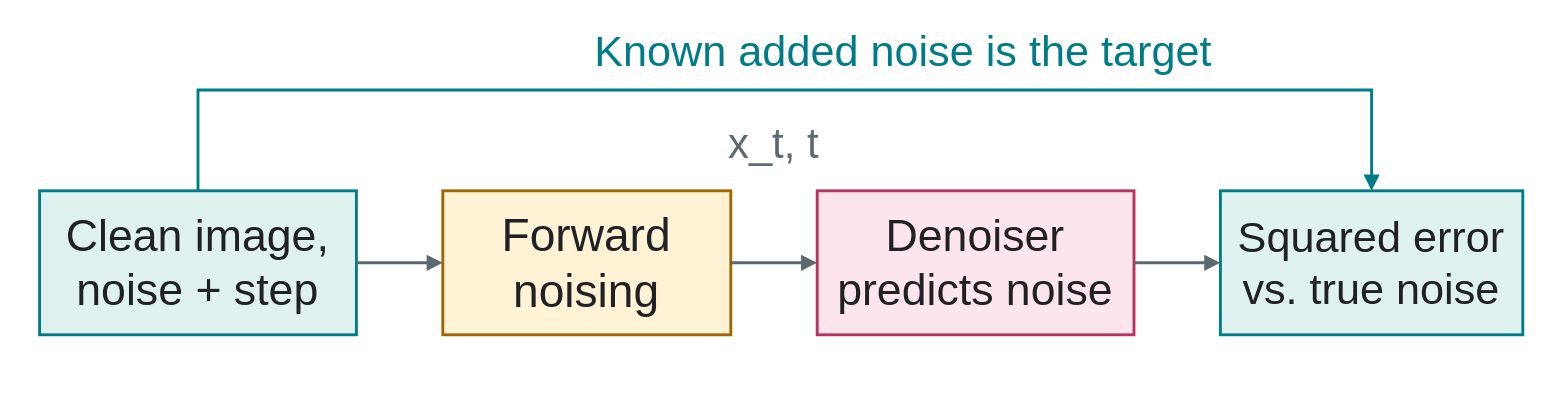
This is page "noise-predictor" (11 of 12) of docs/slides/imgs/drawio/lec35/generative-models.drawio from functionadvanced/CS_463G_663, a draw.io file, before an edit. Source tidied: cells renumbered, new cells numbered last; positions are measured from the earlier drawing's top-left corner, leaving out a move shared by most shapes. Both pictures are drawn from the tidied source at 144%, with x=0, y=0 at pixel (24, 24).
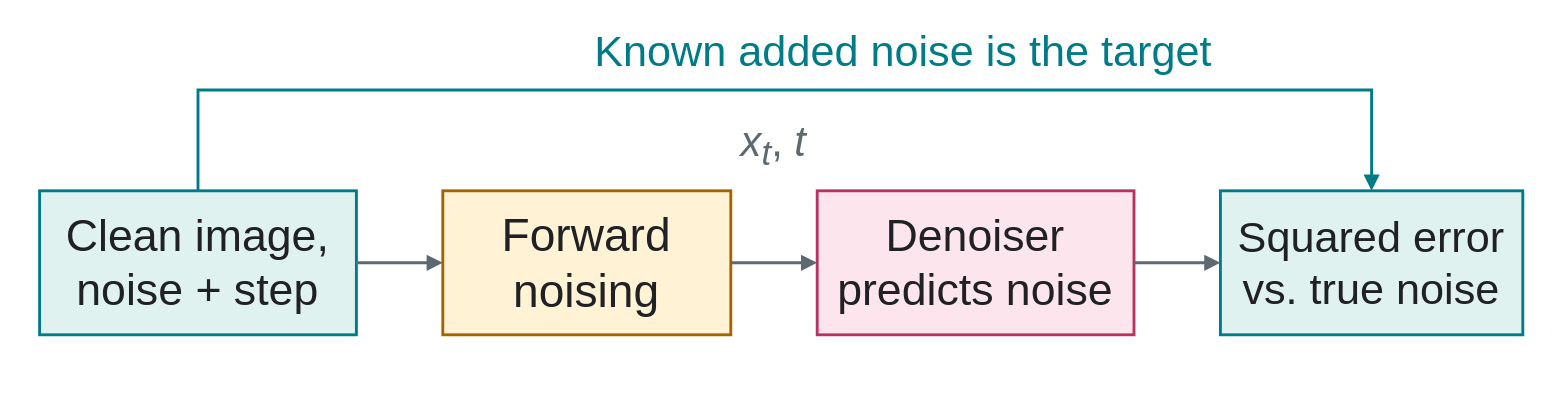
The same diagram, later.

Diff of the diagram source:
```diff
@@
 <mxGraphModel background="#ffffff">
   <root>
     <mxCell id="0" />
     <mxCell id="1" parent="0" />
     <mxCell id="2" style="rounded=0;html=0;whiteSpace=wrap;align=center;verticalAlign=middle;fontFamily=Helvetica;fontSize=0;fontColor=#202124;spacing=4;fillColor=#ffffff;strokeColor=none;strokeWidth=2;" parent="1" vertex="1">
       <mxGeometry width="1050" height="245" as="geometry" />
     </mxCell>
     <mxCell id="3" value="Clean image,&#10;noise + step" style="rounded=0;html=0;whiteSpace=wrap;align=center;verticalAlign=middle;fontFamily=Helvetica;fontSize=31;fontColor=#202124;spacing=4;fillColor=#dff2ef;strokeColor=#007c89;strokeWidth=2;" parent="1" vertex="1">
       <mxGeometry x="10" y="115" width="220" height="100" as="geometry" />
     </mxCell>
     <mxCell id="4" value="Forward&#10;noising" style="rounded=0;html=0;whiteSpace=wrap;align=center;verticalAlign=middle;fontFamily=Helvetica;fontSize=32;fontColor=#202124;spacing=4;fillColor=#fff2d5;strokeColor=#a36500;strokeWidth=2;" parent="1" vertex="1">
       <mxGeometry x="290" y="115" width="200" height="100" as="geometry" />
     </mxCell>
     <mxCell id="5" value="Denoiser&#10;predicts noise" style="rounded=0;html=0;whiteSpace=wrap;align=center;verticalAlign=middle;fontFamily=Helvetica;fontSize=31;fontColor=#202124;spacing=4;fillColor=#fde5ed;strokeColor=#b8325f;strokeWidth=2;" parent="1" vertex="1">
       <mxGeometry x="550" y="115" width="220" height="100" as="geometry" />
     </mxCell>
     <mxCell id="6" value="Squared error&#10;vs. true noise" style="rounded=0;html=0;whiteSpace=wrap;align=center;verticalAlign=middle;fontFamily=Helvetica;fontSize=30;fontColor=#202124;spacing=4;fillColor=#dff2ef;strokeColor=#007c89;strokeWidth=2;" parent="1" vertex="1">
       <mxGeometry x="830" y="115" width="210" height="100" as="geometry" />
     </mxCell>
     <mxCell id="7" style="edgeStyle=none;noEdgeStyle=1;strokeColor=#5d6970;strokeWidth=2;endArrow=block;endSize=6;rounded=0;" parent="1" edge="1">
       <mxGeometry relative="1" as="geometry">
         <mxPoint x="230" y="165" as="sourcePoint" />
         <mxPoint x="290" y="165" as="targetPoint" />
       </mxGeometry>
     </mxCell>
     <mxCell id="8" style="edgeStyle=none;noEdgeStyle=1;strokeColor=#5d6970;strokeWidth=2;endArrow=block;endSize=6;rounded=0;" parent="1" edge="1">
       <mxGeometry relative="1" as="geometry">
         <mxPoint x="490" y="165" as="sourcePoint" />
         <mxPoint x="550" y="165" as="targetPoint" />
       </mxGeometry>
     </mxCell>
     <mxCell id="9" style="edgeStyle=none;noEdgeStyle=1;strokeColor=#5d6970;strokeWidth=2;endArrow=block;endSize=6;rounded=0;" parent="1" edge="1">
       <mxGeometry relative="1" as="geometry">
         <mxPoint x="770" y="165" as="sourcePoint" />
         <mxPoint x="830" y="165" as="targetPoint" />
       </mxGeometry>
     </mxCell>
-    <mxCell id="10" value="x_t, t" style="text;html=0;whiteSpace=wrap;align=center;verticalAlign=middle;fontFamily=Helvetica;fontSize=29;fontColor=#5d6970;spacing=0;" parent="1" vertex="1">
+    <mxCell id="10" value="&lt;i&gt;x&lt;sub&gt;t&lt;/sub&gt;&lt;/i&gt;, &lt;i&gt;t&lt;/i&gt;" style="text;html=1;whiteSpace=wrap;align=center;verticalAlign=middle;fontFamily=Helvetica;fontSize=29;fontColor=#5d6970;spacing=0;" parent="1" vertex="1">
       <mxGeometry x="465" y="65" width="110" height="35" as="geometry" />
     </mxCell>
     <mxCell id="11" style="edgeStyle=none;noEdgeStyle=1;strokeColor=#007c89;strokeWidth=2;endArrow=block;endSize=6;rounded=0;" parent="1" edge="1">
       <mxGeometry relative="1" as="geometry">
         <mxPoint x="120" y="115" as="sourcePoint" />
         <mxPoint x="935" y="115" as="targetPoint" />
         <Array as="points">
           <mxPoint x="120" y="45" />
           <mxPoint x="935" y="45" />
         </Array>
       </mxGeometry>
     </mxCell>
     <mxCell id="12" value="Known added noise is the target" style="text;html=0;whiteSpace=wrap;align=center;verticalAlign=middle;fontFamily=Helvetica;fontSize=30;fontColor=#007c89;spacing=0;" parent="1" vertex="1">
       <mxGeometry x="310" width="600" height="35" as="geometry" />
     </mxCell>
   </root>
 </mxGraphModel>
```
